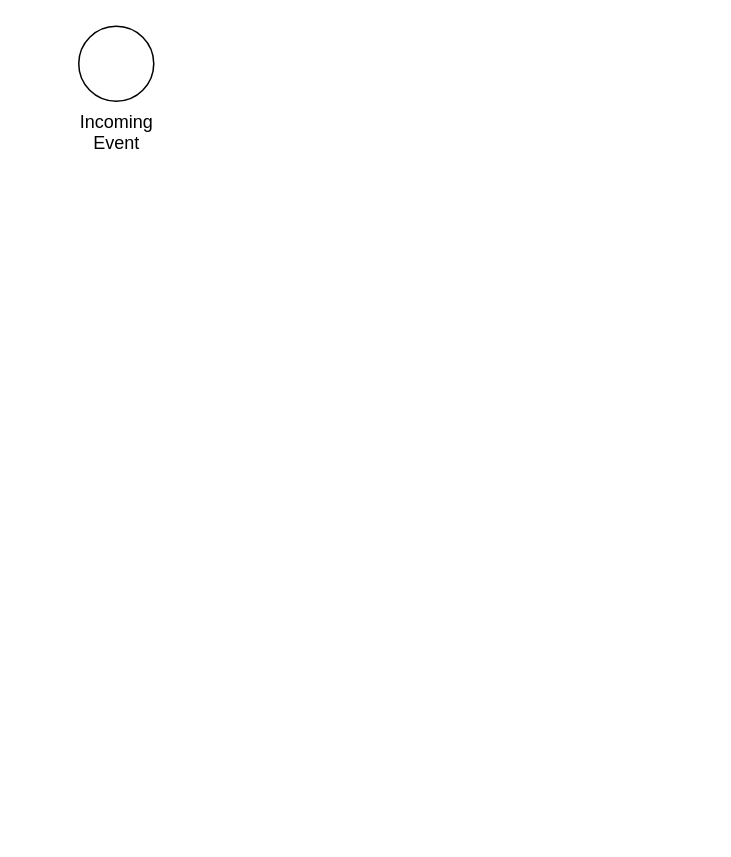
Before: Event Processing PoC.drawio in jdbennet2001/draw.io, a draw.io diagram. Source tidied: cells renumbered, new cells numbered last; positions are measured from the earlier drawing's top-left corner, leaving out a move shared by most shapes. Both pictures are drawn from the tidied source at 150%, with x=0, y=0 at pixel (78, 26).
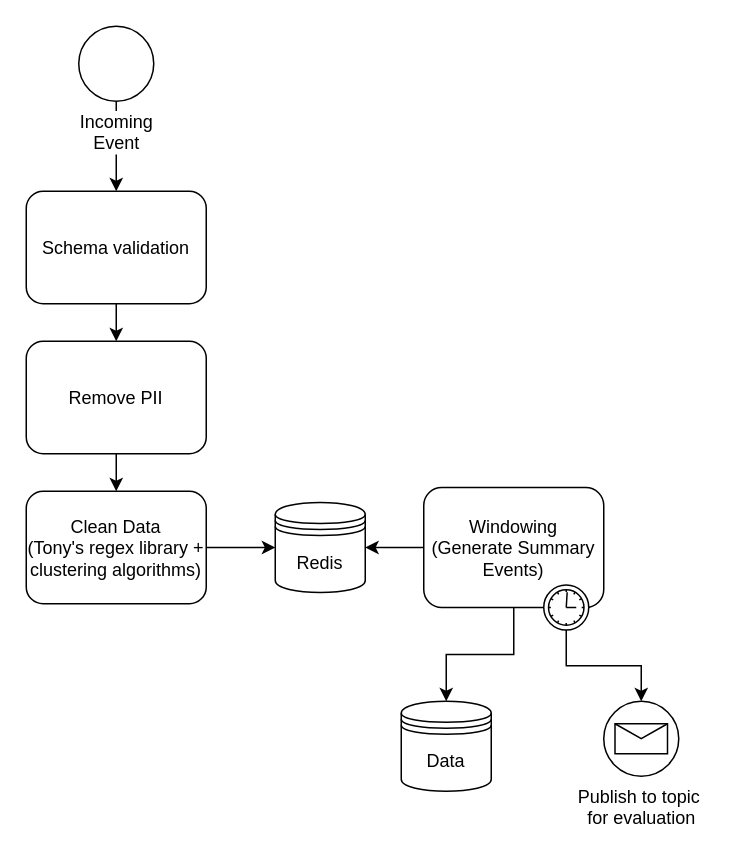
Above is the later version.

What changed in the source:
```diff
@@
 <mxGraphModel>
   <root>
     <mxCell id="0" />
     <mxCell id="1" parent="0" />
+    <mxCell id="3" style="edgeStyle=orthogonalEdgeStyle;rounded=0;jettySize=auto;html=1;exitX=0.5;exitY=1;exitDx=0;exitDy=0;entryX=0.5;entryY=0;entryDx=0;entryDy=0;" parent="1" edge="1" source="2" target="7">
+      <mxGeometry relative="1" as="geometry" />
+    </mxCell>
     <mxCell id="2" value="Incoming&lt;br&gt;Event" style="shape=mxgraph.bpmn.shape;html=1;verticalLabelPosition=bottom;labelBackgroundColor=#ffffff;verticalAlign=top;align=center;perimeter=ellipsePerimeter;outlineConnect=0;outline=standard;symbol=general;" parent="1" vertex="1">
       <mxGeometry width="50" height="50" as="geometry" />
     </mxCell>
+    <mxCell id="4" style="edgeStyle=orthogonalEdgeStyle;rounded=0;jettySize=auto;html=1;exitX=0.5;exitY=1;exitDx=0;exitDy=0;entryX=0.5;entryY=0;entryDx=0;entryDy=0;" parent="1" edge="1" source="5" target="14">
+      <mxGeometry relative="1" as="geometry" />
+    </mxCell>
+    <mxCell id="5" value="Remove PII" style="shape=ext;rounded=1;html=1;whiteSpace=wrap;" parent="1" vertex="1">
+      <mxGeometry x="-35" y="210" width="120" height="75" as="geometry" />
+    </mxCell>
+    <mxCell id="6" style="edgeStyle=orthogonalEdgeStyle;rounded=0;jettySize=auto;html=1;" parent="1" edge="1" source="7" target="5">
+      <mxGeometry relative="1" as="geometry" />
+    </mxCell>
+    <mxCell id="7" value="Schema validation" style="shape=ext;rounded=1;html=1;whiteSpace=wrap;" parent="1" vertex="1">
+      <mxGeometry x="-35" y="110" width="120" height="75" as="geometry" />
+    </mxCell>
+    <mxCell id="8" style="edgeStyle=orthogonalEdgeStyle;rounded=0;jettySize=auto;html=1;exitX=0;exitY=0.5;exitDx=0;exitDy=0;entryX=1;entryY=0.5;entryDx=0;entryDy=0;" parent="1" edge="1" source="10" target="15">
+      <mxGeometry relative="1" as="geometry" />
+    </mxCell>
+    <mxCell id="9" style="edgeStyle=orthogonalEdgeStyle;rounded=0;jettySize=auto;html=1;exitX=0.5;exitY=1;exitDx=0;exitDy=0;entryX=0.5;entryY=0;entryDx=0;entryDy=0;" parent="1" edge="1" source="10" target="16">
+      <mxGeometry relative="1" as="geometry" />
+    </mxCell>
+    <mxCell id="10" value="Windowing&lt;br&gt;(Generate Summary Events)" style="html=1;whiteSpace=wrap;rounded=1;" parent="1" vertex="1">
+      <mxGeometry x="230" y="307.5" width="120" height="80" as="geometry" />
+    </mxCell>
+    <mxCell id="11" style="shape=mxgraph.bpmn.timer_start;perimeter=ellipsePerimeter;html=1;verticalLabelPosition=bottom;labelBackgroundColor=#ffffff;verticalAlign=top;outlineConnect=0;" parent="10" vertex="1">
+      <mxGeometry x="1" y="1" width="30" height="30" relative="1" as="geometry">
+        <mxPoint x="-40" y="-15" as="offset" />
+      </mxGeometry>
+    </mxCell>
+    <mxCell id="12" style="edgeStyle=orthogonalEdgeStyle;rounded=0;jettySize=auto;html=1;exitX=0.5;exitY=1;exitDx=0;exitDy=0;exitPerimeter=0;" parent="10" edge="1" source="11" target="17">
+      <mxGeometry relative="1" as="geometry" />
+    </mxCell>
+    <mxCell id="13" style="edgeStyle=orthogonalEdgeStyle;rounded=0;jettySize=auto;html=1;exitX=1;exitY=0.5;exitDx=0;exitDy=0;entryX=0;entryY=0.5;entryDx=0;entryDy=0;" parent="1" edge="1" source="14" target="15">
+      <mxGeometry relative="1" as="geometry" />
+    </mxCell>
+    <mxCell id="14" value="Clean Data&lt;br&gt;(Tony's regex library + clustering algorithms)" style="shape=ext;rounded=1;html=1;whiteSpace=wrap;" parent="1" vertex="1">
+      <mxGeometry x="-35" y="310" width="120" height="75" as="geometry" />
+    </mxCell>
+    <mxCell id="15" value="Redis" style="shape=datastore;whiteSpace=wrap;html=1;" parent="1" vertex="1">
+      <mxGeometry x="131" y="317.5" width="60" height="60" as="geometry" />
+    </mxCell>
+    <mxCell id="16" value="Data" style="shape=datastore;whiteSpace=wrap;html=1;" parent="1" vertex="1">
+      <mxGeometry x="215" y="450" width="60" height="60" as="geometry" />
+    </mxCell>
+    <mxCell id="17" value="Publish to topic&amp;nbsp;&lt;br&gt;for evaluation" style="shape=mxgraph.bpmn.shape;html=1;verticalLabelPosition=bottom;labelBackgroundColor=#ffffff;verticalAlign=top;align=center;perimeter=ellipsePerimeter;outlineConnect=0;outline=standard;symbol=message;" parent="1" vertex="1">
+      <mxGeometry x="350" y="450" width="50" height="50" as="geometry" />
+    </mxCell>
   </root>
 </mxGraphModel>
```
